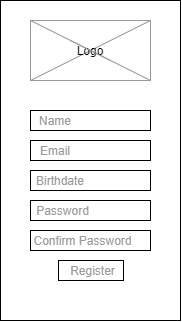
The draw.io diagram ux-design/Signup.png in agile-dev-assignments/user-experience-design-team-luniao-devolved, before a commit. Source tidied: cells renumbered, new cells last; positions are measured from the earlier drawing's top-left corner, leaving out a move shared by most shapes.
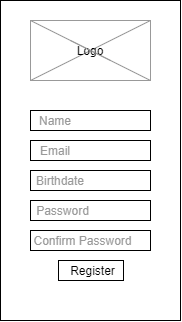
The same diagram one commit later.

Commit message:
Added profile wireframe

What changed in the source:
```diff
@@ -41,7 +41,7 @@
     <mxCell id="14" value="&lt;font color=&quot;#999999&quot;&gt;Confirm Password&lt;/font&gt;" style="text;html=1;strokeColor=none;fillColor=none;align=center;verticalAlign=middle;whiteSpace=wrap;rounded=0;" parent="1" vertex="1">
       <mxGeometry x="30" y="230" width="105" height="20" as="geometry" />
     </mxCell>
-    <mxCell id="15" value="&lt;font color=&quot;#999999&quot;&gt;Register&lt;/font&gt;" style="text;html=1;strokeColor=none;fillColor=none;align=center;verticalAlign=middle;whiteSpace=wrap;rounded=0;" parent="1" vertex="1">
+    <mxCell id="15" value="Register" style="text;html=1;strokeColor=none;fillColor=none;align=center;verticalAlign=middle;whiteSpace=wrap;rounded=0;" parent="1" vertex="1">
       <mxGeometry x="70" y="260" width="45" height="20" as="geometry" />
     </mxCell>
     <mxCell id="16" style="endArrow=none;html=1;entryX=1;entryY=0;entryDx=0;entryDy=0;exitX=0;exitY=1;exitDx=0;exitDy=0;strokeColor=#999999;" parent="1" edge="1" source="3" target="3">
```
